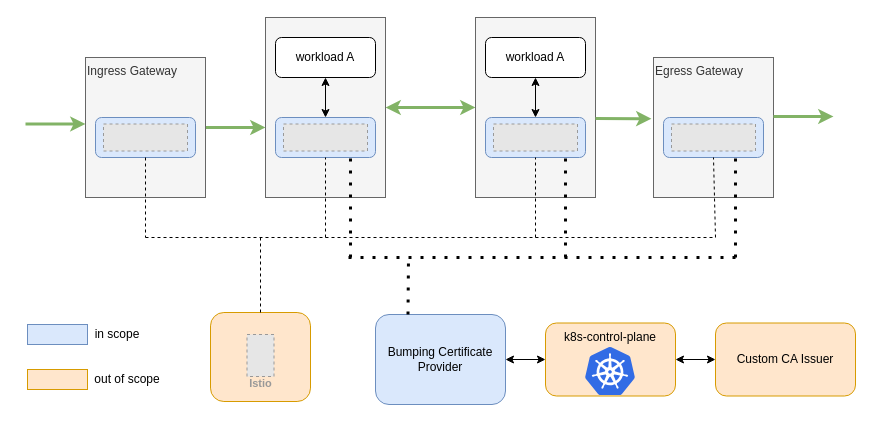
This is SDL-tls-bumping-arch.drawio from LuyaoZhong/Figures, a draw.io file, before an edit. Source tidied: cells renumbered, new cells numbered last; positions are measured from the earlier drawing's top-left corner, leaving out a move shared by most shapes. Both pictures are drawn from the tidied source at 100%, with x=0, y=0 at pixel (25, 17). Pictures stored in the file or linked from it are replaced by grey dashed boxes.
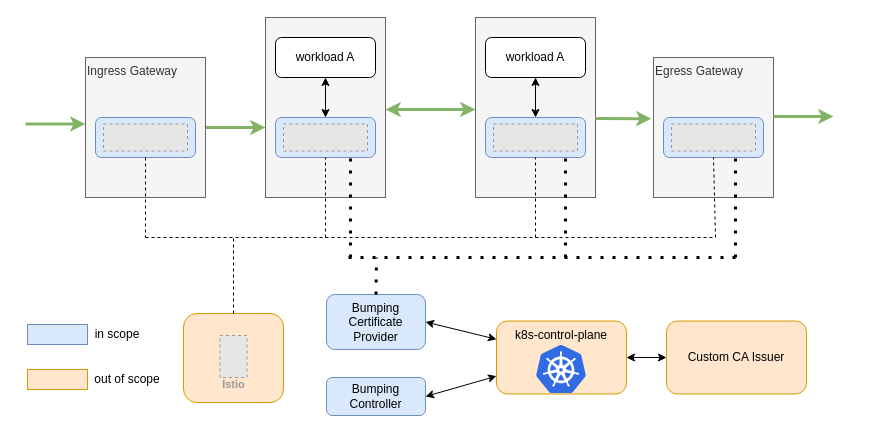
Above is the later version.

Unchanged cells that the change refers to:
```xml
<mxCell id="5" style="rounded=0;whiteSpace=wrap;html=1;fillColor=#f5f5f5;fontColor=#333333;strokeColor=#666666;" parent="1" vertex="1">
  <mxGeometry x="240" width="120" height="180" as="geometry" />
</mxCell>
<mxCell id="6" style="rounded=0;whiteSpace=wrap;html=1;fillColor=#f5f5f5;fontColor=#333333;strokeColor=#666666;" parent="1" vertex="1">
  <mxGeometry x="450" width="120" height="180" as="geometry" />
</mxCell>
```

Diff of the diagram source:
```diff
@@
     <mxCell id="2" value="k8s-control-plane" style="rounded=1;whiteSpace=wrap;html=1;align=center;verticalAlign=top;fillColor=#ffe6cc;strokeColor=#d79b00;" parent="1" vertex="1">
-      <mxGeometry x="520" y="305.5" width="130" height="73" as="geometry" />
+      <mxGeometry x="471" y="303.5" width="130" height="73" as="geometry" />
     </mxCell>
     <mxCell id="3" style="rounded=1;whiteSpace=wrap;html=1;fillColor=#ffe6cc;strokeColor=#d79b00;" parent="1" vertex="1">
-      <mxGeometry x="185" y="295" width="100" height="89" as="geometry" />
+      <mxGeometry x="158" y="296" width="100" height="89" as="geometry" />
     </mxCell>
-    <mxCell id="4" style="edgeStyle=none;rounded=0;jettySize=auto;html=1;exitX=1;exitY=0.5;exitDx=0;exitDy=0;entryX=0;entryY=0.5;entryDx=0;entryDy=0;startArrow=classic;startFill=1;strokeWidth=3;fillColor=#d5e8d4;strokeColor=#82b366;" parent="1" edge="1" source="5" target="6">
-      <mxGeometry relative="1" as="geometry" />
+    <mxCell id="4" style="edgeStyle=none;rounded=0;orthogonalLoop=1;jettySize=auto;html=1;exitX=1;exitY=0.5;exitDx=0;exitDy=0;entryX=0;entryY=0.5;entryDx=0;entryDy=0;startArrow=classic;startFill=1;strokeWidth=3;fillColor=#d5e8d4;strokeColor=#82b366;" parent="1" edge="1">
+      <mxGeometry relative="1" as="geometry">
+        <mxPoint x="360" y="92" as="sourcePoint" />
+        <mxPoint x="450" y="92" as="targetPoint" />
+        <Array as="points">
+          <mxPoint x="400" y="92" />
+        </Array>
+      </mxGeometry>
     </mxCell>
@@
     <mxCell id="22" value="Istio" style="fillColor=#E6E6E6;strokeColor=#999999;dashed=1;html=1;verticalAlign=top;labelPosition=center;verticalLabelPosition=bottom;align=center;spacingTop=-6;fontSize=11;fontStyle=1;fontColor=#999999;" parent="1" vertex="1">
-      <mxGeometry x="221.5" y="317" width="27" height="42" as="geometry" />
+      <mxGeometry x="194.5" y="318" width="27" height="42" as="geometry" />
     </mxCell>
@@
     <mxCell id="28" style="endArrow=none;dashed=1;html=1;rounded=0;" parent="1" edge="1" source="3">
       <mxGeometry relative="1" as="geometry">
-        <mxPoint x="235" y="220" as="targetPoint" />
+        <mxPoint x="208" y="220" as="targetPoint" />
       </mxGeometry>
     </mxCell>
@@
     <mxCell id="30" value="Bumping Certificate Provider" style="rounded=1;whiteSpace=wrap;html=1;fillColor=#dae8fc;strokeColor=#6c8ebf;" parent="1" vertex="1">
-      <mxGeometry x="350" y="297" width="130" height="90" as="geometry" />
+      <mxGeometry x="301" y="277" width="99" height="55" as="geometry" />
     </mxCell>
@@
-    <mxCell id="35" style="endArrow=none;dashed=1;html=1;dashPattern=1 3;strokeWidth=3;rounded=0;jumpSize=6;shadow=0;exitX=0.25;exitY=0;exitDx=0;exitDy=0;" parent="1" edge="1" source="30">
+    <mxCell id="35" style="endArrow=none;dashed=1;html=1;dashPattern=1 3;strokeWidth=3;rounded=0;jumpSize=6;shadow=0;exitX=0.5;exitY=0;exitDx=0;exitDy=0;" parent="1" edge="1" source="30">
       <mxGeometry x="0.8" y="-225" relative="1" as="geometry">
-        <mxPoint x="383" y="240" as="targetPoint" />
+        <mxPoint x="351" y="240" as="targetPoint" />
       </mxGeometry>
     </mxCell>
     <mxCell id="36" value="Custom CA Issuer" style="rounded=1;whiteSpace=wrap;html=1;fillColor=#ffe6cc;strokeColor=#d79b00;" parent="1" vertex="1">
-      <mxGeometry x="690" y="305.5" width="140" height="73" as="geometry" />
+      <mxGeometry x="641" y="303.5" width="140" height="73" as="geometry" />
     </mxCell>
@@
     <mxCell id="39" style="sketch=0;html=1;align=center;image;fontSize=12;image=img/lib/mscae/Kubernetes.svg;" parent="1" vertex="1">
-      <mxGeometry x="560" y="330" width="50" height="48" as="geometry" />
+      <mxGeometry x="511" y="328" width="50" height="48" as="geometry" />
     </mxCell>
-    <mxCell id="40" style="endArrow=classic;startArrow=classic;html=1;rounded=0;shadow=0;sketch=0;strokeWidth=1;jumpSize=6;entryX=0;entryY=0.5;entryDx=0;entryDy=0;exitX=1;exitY=0.5;exitDx=0;exitDy=0;" parent="1" edge="1" source="30" target="2">
+    <mxCell id="40" style="endArrow=classic;startArrow=classic;html=1;rounded=0;shadow=0;sketch=0;strokeWidth=1;jumpSize=6;entryX=0;entryY=0.25;entryDx=0;entryDy=0;exitX=1;exitY=0.5;exitDx=0;exitDy=0;" parent="1" edge="1" source="30" target="2">
       <mxGeometry relative="1" as="geometry" />
     </mxCell>
@@
+    <mxCell id="46" value="Bumping Controller" style="rounded=1;whiteSpace=wrap;html=1;fillColor=#dae8fc;strokeColor=#6c8ebf;" parent="1" vertex="1">
+      <mxGeometry x="301" y="360" width="99" height="38" as="geometry" />
+    </mxCell>
+    <mxCell id="47" style="endArrow=classic;startArrow=classic;html=1;rounded=0;exitX=1;exitY=0.5;exitDx=0;exitDy=0;" parent="1" edge="1" source="46" target="2">
+      <mxGeometry relative="1" as="geometry" />
+    </mxCell>
```
